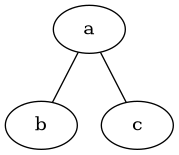
This is Graph.gv.png from KING156454/NSI, a Graphviz export, as it was before one commit. Its source is kept beside it as Graph.gv.
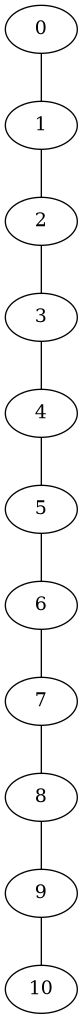
Later version of the same file.

Change to the diagram source:
```diff
@@ -1,4 +1,12 @@
 graph {
-	a -- b
-	a -- c
+	0 -- 1
+	1 -- 2
+	2 -- 3
+	3 -- 4
+	4 -- 5
+	5 -- 6
+	6 -- 7
+	7 -- 8
+	8 -- 9
+	9 -- 10
 }
```
